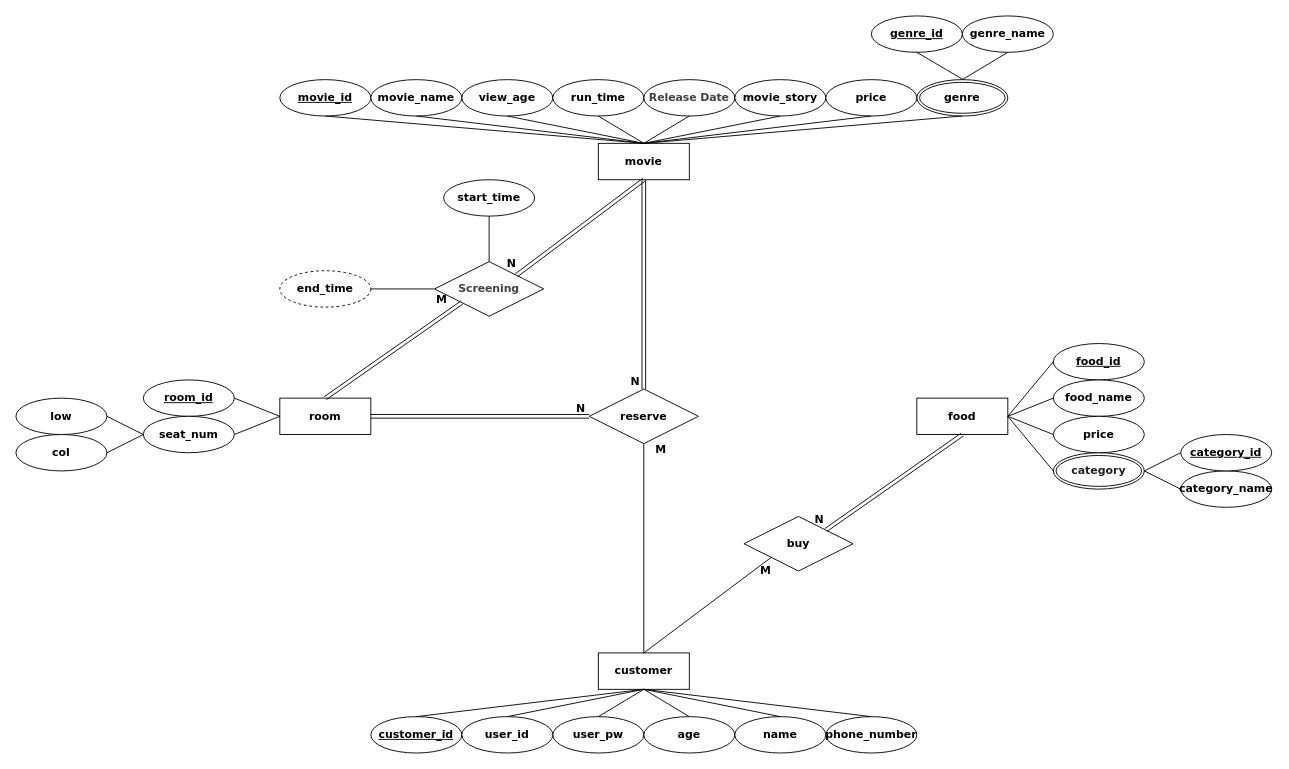
The draw.io diagram 영화 예매 ER.drawio in Aierse/DB-Project-2021, before the edit. Source tidied: cells renumbered, new cells numbered last; positions are measured from the earlier drawing's top-left corner, leaving out a move shared by most shapes. Both pictures are drawn from the tidied source at 91%, with x=0, y=0 at pixel (15, 15).
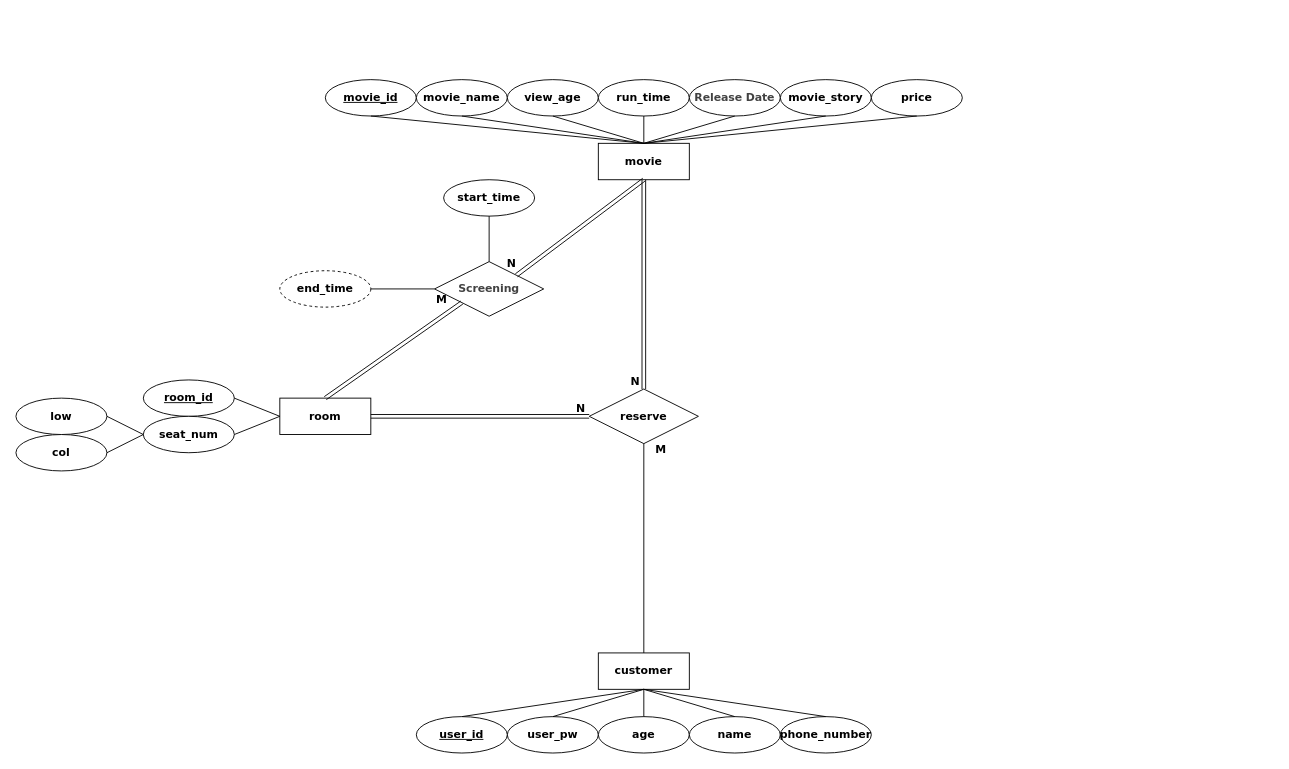
The same diagram, later.

The change refers to these unchanged cells:
```xml
<mxCell id="2" value="movie" style="whiteSpace=wrap;html=1;align=center;fontFamily=Verdana;fontSize=12;fontStyle=1;" parent="1" vertex="1">
  <mxGeometry x="640" y="140" width="100" height="40" as="geometry" />
</mxCell>
<mxCell id="3" value="customer" style="whiteSpace=wrap;html=1;align=center;fontFamily=Verdana;fontSize=12;fontStyle=1;" parent="1" vertex="1">
  <mxGeometry x="640" y="700" width="100" height="40" as="geometry" />
</mxCell>
```

The edit, as a diff of the source:
```diff
@@
     <mxCell id="4" value="movie_id" style="ellipse;whiteSpace=wrap;html=1;align=center;fontStyle=5;fontFamily=Verdana;fontSize=12;" parent="1" vertex="1">
-      <mxGeometry x="290" y="70" width="100" height="40" as="geometry" />
+      <mxGeometry x="340" y="70" width="100" height="40" as="geometry" />
     </mxCell>
     <mxCell id="5" value="movie_name" style="ellipse;whiteSpace=wrap;html=1;align=center;fontFamily=Verdana;fontSize=12;fontStyle=1;" parent="1" vertex="1">
-      <mxGeometry x="390" y="70" width="100" height="40" as="geometry" />
+      <mxGeometry x="440" y="70" width="100" height="40" as="geometry" />
     </mxCell>
     <mxCell id="6" value="view_age" style="ellipse;whiteSpace=wrap;html=1;align=center;fontFamily=Verdana;fontSize=12;fontStyle=1;" parent="1" vertex="1">
-      <mxGeometry x="490" y="70" width="100" height="40" as="geometry" />
+      <mxGeometry x="540" y="70" width="100" height="40" as="geometry" />
     </mxCell>
@@
     <mxCell id="10" value="user_pw" style="ellipse;whiteSpace=wrap;html=1;align=center;fontFamily=Verdana;fontSize=12;fontStyle=1;" parent="1" vertex="1">
-      <mxGeometry x="590" y="770" width="100" height="40" as="geometry" />
+      <mxGeometry x="540" y="770" width="100" height="40" as="geometry" />
     </mxCell>
     <mxCell id="11" value="age" style="ellipse;whiteSpace=wrap;html=1;align=center;fontFamily=Verdana;fontSize=12;fontStyle=1;" parent="1" vertex="1">
-      <mxGeometry x="690" y="770" width="100" height="40" as="geometry" />
+      <mxGeometry x="640" y="770" width="100" height="40" as="geometry" />
     </mxCell>
@@
-    <mxCell id="14" style="endArrow=none;html=1;rounded=0;exitX=0.5;exitY=0;exitDx=0;exitDy=0;entryX=0.5;entryY=1;entryDx=0;entryDy=0;fontFamily=Verdana;fontSize=12;fontStyle=1;" parent="1" edge="1" source="19" target="3">
+    <mxCell id="14" style="endArrow=none;html=1;rounded=0;exitX=0.5;exitY=0;exitDx=0;exitDy=0;entryX=0.5;entryY=1;entryDx=0;entryDy=0;fontFamily=Verdana;fontSize=12;fontStyle=1;" parent="1" edge="1" source="17" target="3">
       <mxGeometry relative="1" as="geometry" />
     </mxCell>
     <mxCell id="15" value="name" style="ellipse;whiteSpace=wrap;html=1;align=center;fontFamily=Verdana;fontSize=12;fontStyle=1;" parent="1" vertex="1">
-      <mxGeometry x="790" y="770" width="100" height="40" as="geometry" />
+      <mxGeometry x="740" y="770" width="100" height="40" as="geometry" />
     </mxCell>
@@
-    <mxCell id="17" value="customer_id" style="ellipse;whiteSpace=wrap;html=1;align=center;fontStyle=5;fontFamily=Verdana;fontSize=12;" parent="1" vertex="1">
-      <mxGeometry x="390" y="770" width="100" height="40" as="geometry" />
+    <mxCell id="17" value="user_id" style="ellipse;whiteSpace=wrap;html=1;align=center;fontStyle=5;fontFamily=Verdana;fontSize=12;" parent="1" vertex="1">
+      <mxGeometry x="440" y="770" width="100" height="40" as="geometry" />
     </mxCell>
-    <mxCell id="18" style="endArrow=none;html=1;rounded=0;exitX=0.5;exitY=0;exitDx=0;exitDy=0;entryX=0.5;entryY=1;entryDx=0;entryDy=0;fontFamily=Verdana;fontSize=12;fontStyle=1;" parent="1" edge="1" source="17" target="3">
-      <mxGeometry relative="1" as="geometry" />
-    </mxCell>
-    <mxCell id="19" value="user_id" style="ellipse;whiteSpace=wrap;html=1;align=center;fontFamily=Verdana;fontSize=12;fontStyle=1;" parent="1" vertex="1">
-      <mxGeometry x="490" y="770" width="100" height="40" as="geometry" />
-    </mxCell>
@@
-    <mxCell id="29" value="genre_name" style="ellipse;whiteSpace=wrap;html=1;align=center;fontFamily=Verdana;fontSize=12;fontStyle=1;" parent="1" vertex="1">
-      <mxGeometry x="1040" width="100" height="40" as="geometry" />
-    </mxCell>
-    <mxCell id="30" value="genre_id" style="ellipse;whiteSpace=wrap;html=1;align=center;fontStyle=5;fontFamily=Verdana;fontSize=12;" parent="1" vertex="1">
-      <mxGeometry x="940" width="100" height="40" as="geometry" />
-    </mxCell>
-    <mxCell id="31" style="endArrow=none;html=1;rounded=0;entryX=0.5;entryY=1;entryDx=0;entryDy=0;exitX=0.5;exitY=0;exitDx=0;exitDy=0;fontFamily=Verdana;fontSize=12;fontStyle=1;" parent="1" edge="1" target="30">
-      <mxGeometry relative="1" as="geometry">
-        <mxPoint x="1041" y="70" as="sourcePoint" />
-      </mxGeometry>
-    </mxCell>
-    <mxCell id="32" style="endArrow=none;html=1;rounded=0;entryX=0.5;entryY=1;entryDx=0;entryDy=0;exitX=0.5;exitY=0;exitDx=0;exitDy=0;fontFamily=Verdana;fontSize=12;fontStyle=1;" parent="1" edge="1" source="44" target="29">
-      <mxGeometry relative="1" as="geometry" />
-    </mxCell>
@@
-    <mxCell id="34" value="food" style="whiteSpace=wrap;html=1;align=center;fontFamily=Verdana;fontSize=12;fontStyle=1;" parent="1" vertex="1">
-      <mxGeometry x="990" y="420" width="100" height="40" as="geometry" />
-    </mxCell>
-    <mxCell id="35" value="food_id" style="ellipse;whiteSpace=wrap;html=1;align=center;fontStyle=5;fontFamily=Verdana;fontSize=12;" parent="1" vertex="1">
-      <mxGeometry x="1140" y="360" width="100" height="40" as="geometry" />
-    </mxCell>
     <mxCell id="36" value="run_time" style="ellipse;whiteSpace=wrap;html=1;align=center;fontFamily=Verdana;fontSize=12;fontStyle=1;" parent="1" vertex="1">
-      <mxGeometry x="590" y="70" width="100" height="40" as="geometry" />
+      <mxGeometry x="640" y="70" width="100" height="40" as="geometry" />
     </mxCell>
     <mxCell id="37" value="&lt;span style=&quot;color: rgb(66, 66, 66); font-size: 12px; letter-spacing: -0.1px; background-color: rgb(255, 255, 255);&quot;&gt;Release Date&lt;/span&gt;" style="ellipse;whiteSpace=wrap;html=1;align=center;fontFamily=Verdana;fontSize=12;fontStyle=1;" parent="1" vertex="1">
-      <mxGeometry x="690" y="70" width="100" height="40" as="geometry" />
+      <mxGeometry x="740" y="70" width="100" height="40" as="geometry" />
     </mxCell>
     <mxCell id="38" value="movie_story" style="ellipse;whiteSpace=wrap;html=1;align=center;fontFamily=Verdana;fontSize=12;fontStyle=1;" parent="1" vertex="1">
-      <mxGeometry x="790" y="70" width="100" height="40" as="geometry" />
+      <mxGeometry x="840" y="70" width="100" height="40" as="geometry" />
     </mxCell>
     <mxCell id="39" value="price" style="ellipse;whiteSpace=wrap;html=1;align=center;fontFamily=Verdana;fontSize=12;fontStyle=1;" parent="1" vertex="1">
-      <mxGeometry x="890" y="70" width="100" height="40" as="geometry" />
+      <mxGeometry x="940" y="70" width="100" height="40" as="geometry" />
     </mxCell>
@@
-    <mxCell id="44" value="genre" style="ellipse;shape=doubleEllipse;margin=3;whiteSpace=wrap;html=1;align=center;fontFamily=Verdana;fontSize=12;fontStyle=1;" parent="1" vertex="1">
-      <mxGeometry x="990" y="70" width="100" height="40" as="geometry" />
-    </mxCell>
-    <mxCell id="45" style="endArrow=none;html=1;rounded=0;exitX=0.5;exitY=1;exitDx=0;exitDy=0;entryX=0.5;entryY=0;entryDx=0;entryDy=0;fontFamily=Verdana;fontSize=12;fontStyle=1;" parent="1" edge="1" source="44" target="2">
-      <mxGeometry relative="1" as="geometry" />
-    </mxCell>
@@
-    <mxCell id="57" value="&lt;span class=&quot;hl&quot; style=&quot;color: rgb(32, 32, 32); text-align: left; background-color: rgb(255, 255, 255); font-size: 12px;&quot;&gt;&lt;font style=&quot;font-size: 12px;&quot;&gt;category&lt;/font&gt;&lt;/span&gt;" style="ellipse;shape=doubleEllipse;margin=3;whiteSpace=wrap;html=1;align=center;fontFamily=Verdana;fontSize=12;fontStyle=1;" parent="1" vertex="1">
-      <mxGeometry x="1140" y="480" width="100" height="40" as="geometry" />
-    </mxCell>
-    <mxCell id="58" value="category_name" style="ellipse;whiteSpace=wrap;html=1;align=center;fontFamily=Verdana;fontSize=12;fontStyle=1;" parent="1" vertex="1">
-      <mxGeometry x="1280" y="500" width="100" height="40" as="geometry" />
-    </mxCell>
-    <mxCell id="59" value="food_name" style="ellipse;whiteSpace=wrap;html=1;align=center;fontFamily=Verdana;fontSize=12;fontStyle=1;" parent="1" vertex="1">
-      <mxGeometry x="1140" y="400" width="100" height="40" as="geometry" />
-    </mxCell>
-    <mxCell id="60" value="price" style="ellipse;whiteSpace=wrap;html=1;align=center;fontFamily=Verdana;fontSize=12;fontStyle=1;" parent="1" vertex="1">
-      <mxGeometry x="1140" y="440" width="100" height="40" as="geometry" />
-    </mxCell>
-    <mxCell id="61" value="category_id" style="ellipse;whiteSpace=wrap;html=1;align=center;fontStyle=5;fontFamily=Verdana;fontSize=12;" parent="1" vertex="1">
-      <mxGeometry x="1280" y="460" width="100" height="40" as="geometry" />
-    </mxCell>
-    <mxCell id="62" style="endArrow=none;html=1;rounded=0;entryX=0;entryY=0.5;entryDx=0;entryDy=0;exitX=1;exitY=0.5;exitDx=0;exitDy=0;fontFamily=Verdana;fontSize=12;fontStyle=1;" parent="1" edge="1" source="34" target="35">
-      <mxGeometry relative="1" as="geometry" />
-    </mxCell>
-    <mxCell id="63" style="endArrow=none;html=1;rounded=0;entryX=0;entryY=0.5;entryDx=0;entryDy=0;exitX=1;exitY=0.5;exitDx=0;exitDy=0;fontFamily=Verdana;fontSize=12;fontStyle=1;" parent="1" edge="1" source="34" target="59">
-      <mxGeometry relative="1" as="geometry" />
-    </mxCell>
-    <mxCell id="64" style="endArrow=none;html=1;rounded=0;entryX=0;entryY=0.5;entryDx=0;entryDy=0;exitX=1;exitY=0.5;exitDx=0;exitDy=0;fontFamily=Verdana;fontSize=12;fontStyle=1;" parent="1" edge="1" source="34" target="60">
-      <mxGeometry relative="1" as="geometry" />
-    </mxCell>
-    <mxCell id="65" style="endArrow=none;html=1;rounded=0;entryX=0;entryY=0.5;entryDx=0;entryDy=0;exitX=1;exitY=0.5;exitDx=0;exitDy=0;fontFamily=Verdana;fontSize=12;fontStyle=1;" parent="1" edge="1" source="34" target="57">
-      <mxGeometry relative="1" as="geometry" />
-    </mxCell>
-    <mxCell id="66" style="endArrow=none;html=1;rounded=0;entryX=0;entryY=0.5;entryDx=0;entryDy=0;exitX=1;exitY=0.5;exitDx=0;exitDy=0;fontFamily=Verdana;fontSize=12;fontStyle=1;" parent="1" edge="1" source="57" target="61">
-      <mxGeometry relative="1" as="geometry" />
-    </mxCell>
-    <mxCell id="67" style="endArrow=none;html=1;rounded=0;entryX=0;entryY=0.5;entryDx=0;entryDy=0;exitX=1;exitY=0.5;exitDx=0;exitDy=0;fontFamily=Verdana;fontSize=12;fontStyle=1;" parent="1" edge="1" source="57" target="58">
-      <mxGeometry relative="1" as="geometry" />
-    </mxCell>
-    <mxCell id="68" value="buy" style="shape=rhombus;perimeter=rhombusPerimeter;whiteSpace=wrap;html=1;align=center;fontFamily=Verdana;fontSize=12;fontStyle=1;" parent="1" vertex="1">
-      <mxGeometry x="800" y="550" width="120" height="60" as="geometry" />
-    </mxCell>
-    <mxCell id="69" style="endArrow=none;html=1;rounded=0;exitX=0.5;exitY=0;exitDx=0;exitDy=0;entryX=0;entryY=1;entryDx=0;entryDy=0;fontFamily=Verdana;fontSize=12;fontStyle=1;" parent="1" edge="1" source="3" target="68">
-      <mxGeometry relative="1" as="geometry" />
-    </mxCell>
-    <mxCell id="70" value="M" style="html=1;align=right;verticalAlign=bottom;fontFamily=Verdana;fontSize=12;fontStyle=1;" parent="69" vertex="1">
-      <mxGeometry x="1" relative="1" as="geometry">
-        <mxPoint y="23" as="offset" />
-      </mxGeometry>
-    </mxCell>
@@
-    <mxCell id="73" style="shape=link;html=1;rounded=0;exitX=0.5;exitY=1;exitDx=0;exitDy=0;entryX=1;entryY=0;entryDx=0;entryDy=0;fontFamily=Verdana;fontSize=12;fontStyle=1;" parent="1" edge="1" source="34" target="68">
-      <mxGeometry relative="1" as="geometry" />
-    </mxCell>
-    <mxCell id="74" value="N" style="html=1;align=right;verticalAlign=bottom;fontFamily=Verdana;fontSize=12;fontStyle=1;" parent="73" vertex="1">
-      <mxGeometry x="1" relative="1" as="geometry">
-        <mxPoint x="-2" y="-3" as="offset" />
-      </mxGeometry>
-    </mxCell>
     <mxCell id="75" value="phone_number" style="ellipse;whiteSpace=wrap;html=1;align=center;fontFamily=Verdana;fontSize=12;fontStyle=1;" parent="1" vertex="1">
-      <mxGeometry x="890" y="770" width="100" height="40" as="geometry" />
+      <mxGeometry x="840" y="770" width="100" height="40" as="geometry" />
     </mxCell>
```
